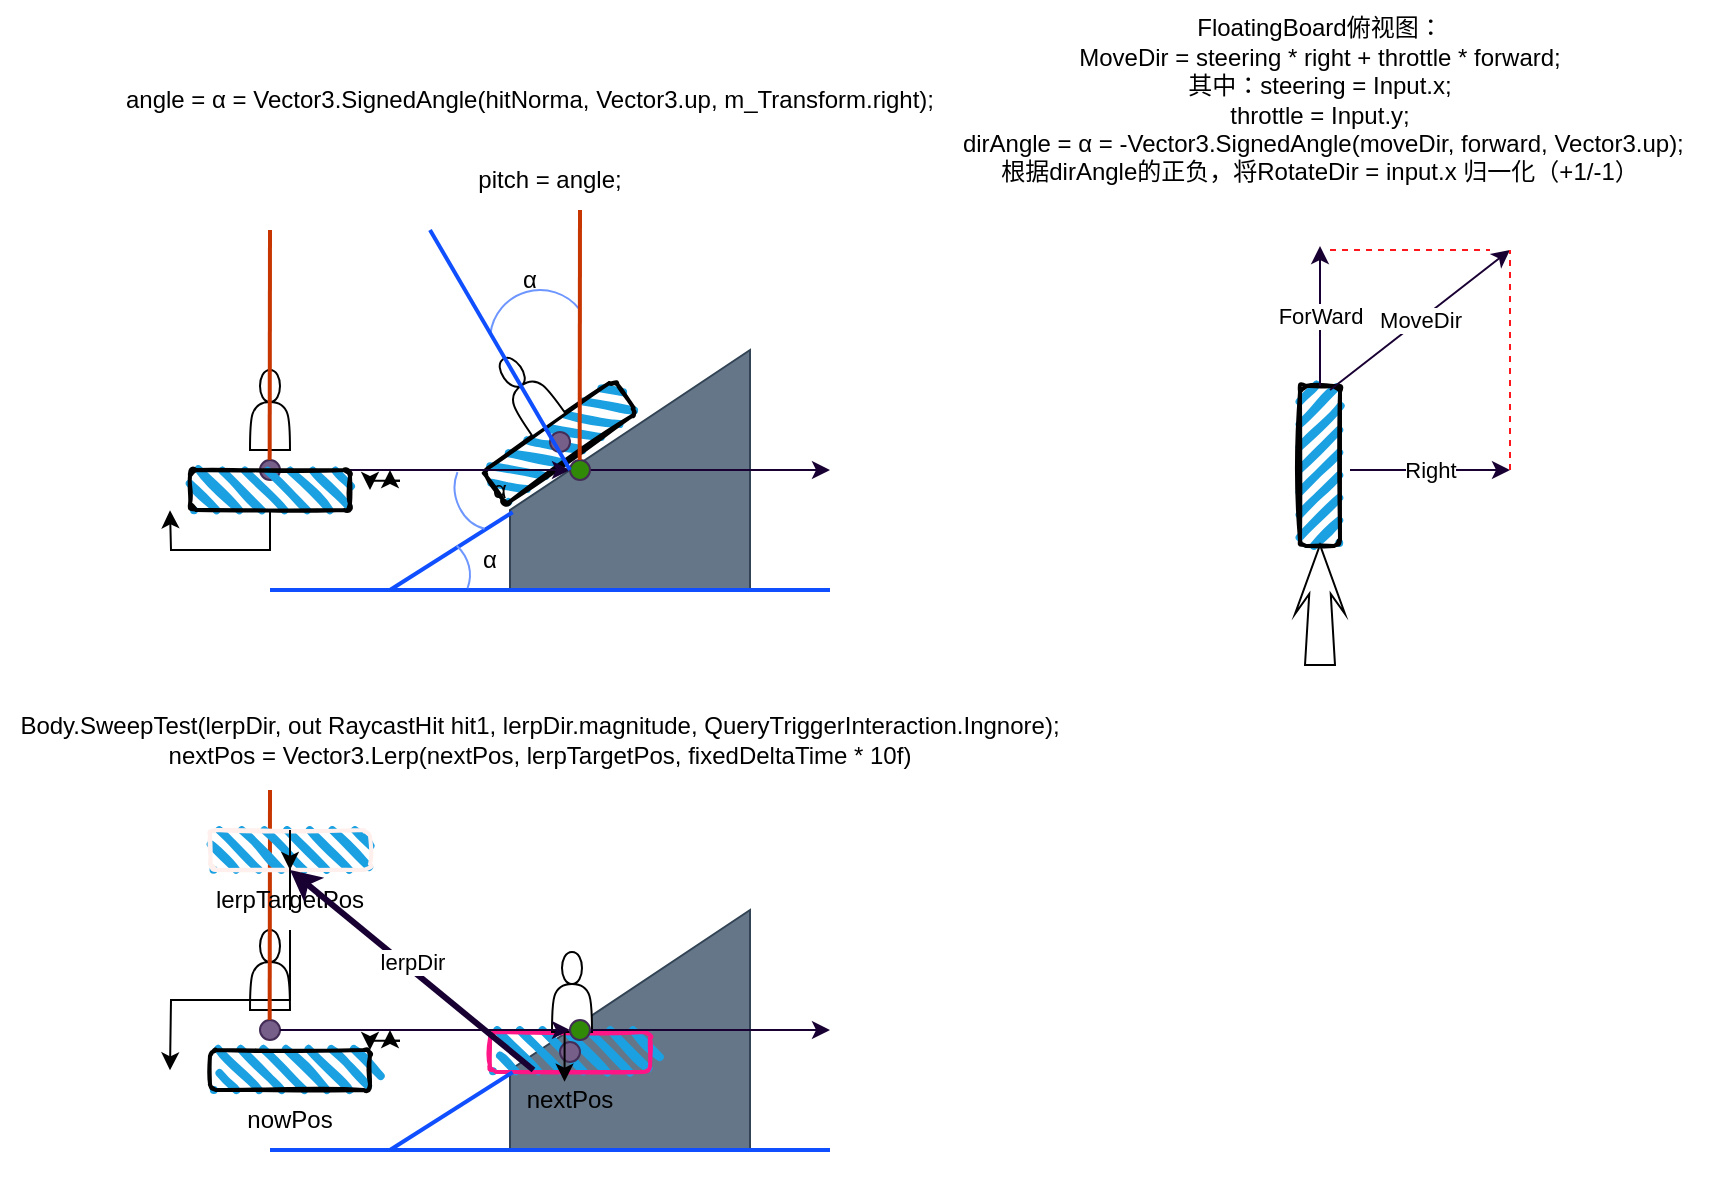
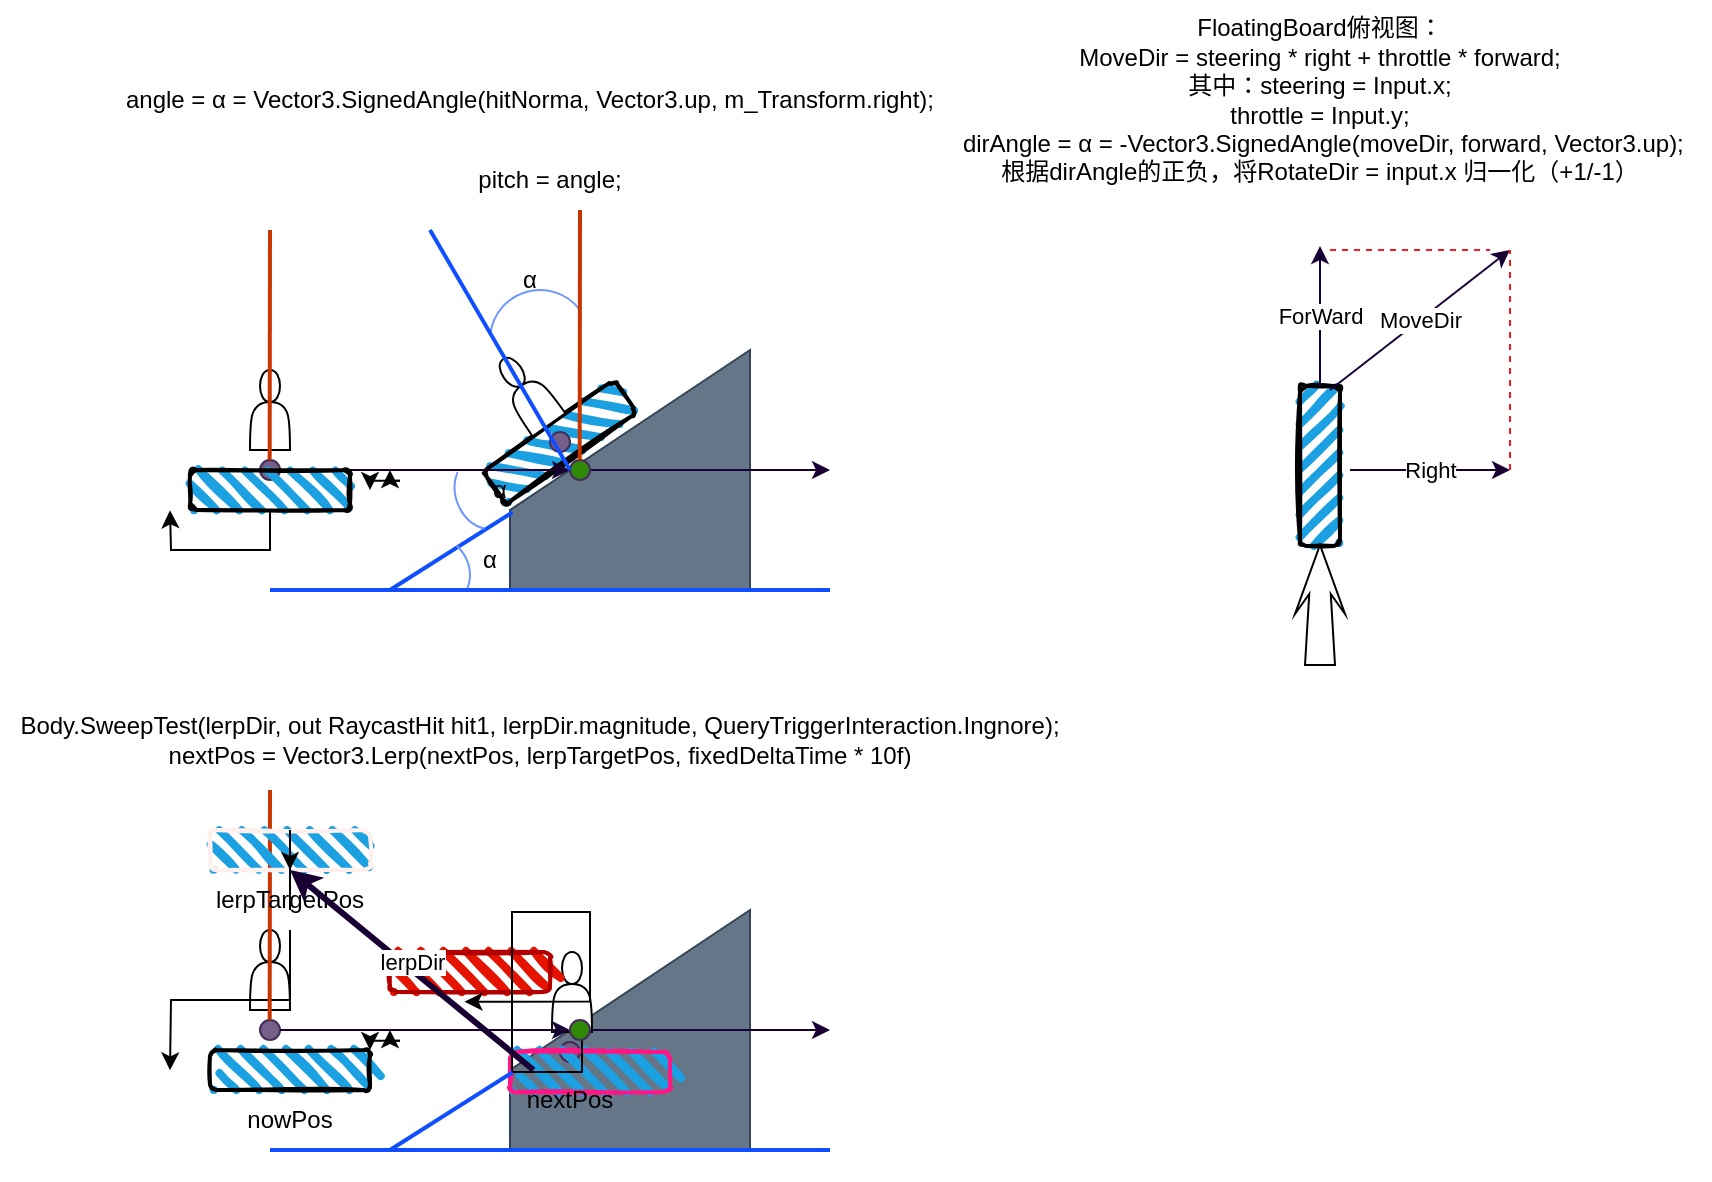
<mxfile host="app.diagrams.net">
  <diagram name="第 1 页" id="Z0DC_knzU1L9sbGcegjl">
-     <mxGraphModel dx="1441" dy="392" grid="1" gridSize="10" guides="1" tooltips="1" connect="1" arrows="1" fold="1" page="1" pageScale="1" pageWidth="827" pageHeight="1169" background="light-dark(#FFFFFF,#FFFFFF)" math="0" shadow="0">
+     <mxGraphModel dx="1557" dy="467" grid="1" gridSize="10" guides="1" tooltips="1" connect="1" arrows="1" fold="1" page="1" pageScale="1" pageWidth="827" pageHeight="1169" background="light-dark(#FFFFFF,#FFFFFF)" math="0" shadow="0">
      <root>
        <mxCell id="0" />
        <mxCell id="1" parent="0" />
        <mxCell id="fx_5rI_hlLQzRWBr8DUU-49" parent="1" style="text;html=1;whiteSpace=wrap;strokeColor=none;fillColor=none;align=center;verticalAlign=middle;rounded=0;autosize=1;resizable=0;fontColor=light-dark(#000000, #080808);" value="angle = α = Vector3.SignedAngle(hitNorma, Vector3.up, m_Transform.right);" vertex="1">
          <mxGeometry height="30" width="430" x="35" y="60" as="geometry" />
        </mxCell>
        <mxCell id="fx_5rI_hlLQzRWBr8DUU-50" parent="1" style="text;html=1;whiteSpace=wrap;strokeColor=none;fillColor=none;align=center;verticalAlign=middle;rounded=0;autosize=1;resizable=0;fontColor=light-dark(#000000, #080808);" value="FloatingBoard俯视图：&lt;br&gt;MoveDir = steering * right + throttle * forward;&lt;div&gt;其中：steering = Input.x;&lt;br&gt;throttle = Input.y;&lt;/div&gt;&lt;div&gt;&lt;span style=&quot;background-color: transparent; color: light-dark(rgb(0, 0, 0), rgb(8, 8, 8));&quot;&gt;&amp;nbsp;&lt;/span&gt;&lt;span style=&quot;background-color: transparent; color: light-dark(rgb(0, 0, 0), rgb(8, 8, 8));&quot;&gt;dirAngle =&amp;nbsp;&lt;/span&gt;α = -Vector3.SignedAngle(moveDir, forward, Vector3.up);&lt;br&gt;根据dirAngle的正负，将RotateDir = input.x 归一化（+1/-1）&lt;/div&gt;" vertex="1">
          <mxGeometry height="100" width="390" x="450" y="25" as="geometry" />
        </mxCell>
        <mxCell id="fx_5rI_hlLQzRWBr8DUU-58" connectable="0" parent="1" style="group;rotation=-90;" value="" vertex="1">
          <mxGeometry height="25" width="210" x="540" y="240" as="geometry" />
        </mxCell>
        <mxCell id="fx_5rI_hlLQzRWBr8DUU-4" parent="fx_5rI_hlLQzRWBr8DUU-58" style="rounded=1;whiteSpace=wrap;html=1;strokeWidth=2;fillWeight=4;hachureGap=8;hachureAngle=45;fillColor=#1ba1e2;sketch=1;rotation=-90;" value="" vertex="1">
          <mxGeometry height="20" width="80" x="65" y="8" as="geometry" />
        </mxCell>
        <mxCell id="fx_5rI_hlLQzRWBr8DUU-54" parent="fx_5rI_hlLQzRWBr8DUU-58" style="html=1;shadow=0;dashed=0;align=center;verticalAlign=middle;shape=mxgraph.arrows2.stylisedArrow;dy=0.57;dx=24.48;notch=0;feather=0.4;rotation=-90;" value="" vertex="1">
          <mxGeometry height="25" width="60" x="75" y="75" as="geometry" />
        </mxCell>
        <mxCell id="fx_5rI_hlLQzRWBr8DUU-56" edge="1" parent="fx_5rI_hlLQzRWBr8DUU-58" style="endArrow=classic;html=1;rounded=0;endFill=1;strokeWidth=1;strokeColor=light-dark(#190033,#000033);" value="ForWard">
          <mxGeometry height="50" relative="1" width="50" as="geometry">
            <mxPoint x="105" y="-22" as="sourcePoint" />
            <mxPoint x="105" y="-92" as="targetPoint" />
          </mxGeometry>
        </mxCell>
        <mxCell id="fx_5rI_hlLQzRWBr8DUU-60" parent="1" style="text;html=1;whiteSpace=wrap;strokeColor=none;fillColor=none;align=center;verticalAlign=middle;rounded=0;autosize=1;resizable=0;fontColor=light-dark(#000000, #080808);" value="pitch = angle;" vertex="1">
          <mxGeometry height="30" width="100" x="210" y="100" as="geometry" />
        </mxCell>
        <mxCell id="fx_5rI_hlLQzRWBr8DUU-61" edge="1" parent="1" style="endArrow=classic;html=1;rounded=0;endFill=1;strokeWidth=1;strokeColor=light-dark(#190033,#000033);" value="Right">
          <mxGeometry height="50" relative="1" width="50" as="geometry">
            <mxPoint x="660" y="260" as="sourcePoint" />
            <mxPoint x="740" y="260" as="targetPoint" />
          </mxGeometry>
        </mxCell>
        <mxCell id="fx_5rI_hlLQzRWBr8DUU-62" edge="1" parent="1" style="endArrow=classic;html=1;rounded=0;endFill=1;strokeWidth=1;strokeColor=light-dark(#190033,#000033);" value="MoveDir">
          <mxGeometry height="50" relative="1" width="50" as="geometry">
            <mxPoint x="650" y="220" as="sourcePoint" />
            <mxPoint x="740" y="150" as="targetPoint" />
          </mxGeometry>
        </mxCell>
        <mxCell id="fx_5rI_hlLQzRWBr8DUU-63" edge="1" parent="1" style="endArrow=none;dashed=1;html=1;rounded=0;strokeColor=#FF161D;fillColor=#76608a;" value="">
          <mxGeometry height="50" relative="1" width="50" as="geometry">
            <mxPoint x="650" y="150" as="sourcePoint" />
            <mxPoint x="730" y="150" as="targetPoint" />
          </mxGeometry>
        </mxCell>
        <mxCell id="fx_5rI_hlLQzRWBr8DUU-64" edge="1" parent="1" style="endArrow=none;dashed=1;html=1;rounded=0;strokeColor=#FF161D;fillColor=#76608a;" value="">
          <mxGeometry height="50" relative="1" width="50" as="geometry">
            <mxPoint x="740" y="260" as="sourcePoint" />
            <mxPoint x="740" y="150" as="targetPoint" />
          </mxGeometry>
        </mxCell>
        <mxCell id="fx_5rI_hlLQzRWBr8DUU-65" connectable="0" parent="1" style="group" value="" vertex="1">
          <mxGeometry height="205" width="320" x="80" y="130" as="geometry" />
        </mxCell>
        <mxCell id="fx_5rI_hlLQzRWBr8DUU-37" connectable="0" parent="fx_5rI_hlLQzRWBr8DUU-65" style="group;rotation=-35;" value="" vertex="1">
          <mxGeometry height="70" width="80" x="130" y="60" as="geometry" />
        </mxCell>
        <mxCell id="fx_5rI_hlLQzRWBr8DUU-38" parent="fx_5rI_hlLQzRWBr8DUU-37" style="rounded=1;whiteSpace=wrap;html=1;strokeWidth=2;fillWeight=4;hachureGap=8;hachureAngle=45;fillColor=#1ba1e2;sketch=1;rotation=-35;" value="" vertex="1">
          <mxGeometry height="20" width="80" x="15" y="46" as="geometry" />
        </mxCell>
        <mxCell id="fx_5rI_hlLQzRWBr8DUU-39" parent="fx_5rI_hlLQzRWBr8DUU-37" style="shape=actor;whiteSpace=wrap;html=1;rotation=-35;" value="" vertex="1">
          <mxGeometry height="40" width="20" x="28" y="11" as="geometry" />
        </mxCell>
        <mxCell id="fx_5rI_hlLQzRWBr8DUU-40" parent="fx_5rI_hlLQzRWBr8DUU-37" style="ellipse;whiteSpace=wrap;html=1;aspect=fixed;strokeColor=#432D57;fillColor=#76608a;fontColor=#ffffff;rotation=-35;" value="" vertex="1">
          <mxGeometry height="10" width="10" x="50" y="51" as="geometry" />
        </mxCell>
        <mxCell id="fx_5rI_hlLQzRWBr8DUU-41" parent="fx_5rI_hlLQzRWBr8DUU-37" style="shape=mxgraph.basic.arc;html=1;startAngle=0.7682831795977167;endAngle=0.14289333360926398;endArrow=classic;endFill=1;fontColor=light-dark(default, #bb2a2a);strokeColor=#6E96FF;rotation=0;" value="" vertex="1">
          <mxGeometry height="50" width="50" x="20" y="-20" as="geometry" />
        </mxCell>
        <mxCell id="fx_5rI_hlLQzRWBr8DUU-6" parent="fx_5rI_hlLQzRWBr8DUU-65" style="shape=manualInput;boundedLbl=1;whiteSpace=wrap;html=1;size=80;fillColor=#647687;fontColor=#ffffff;strokeColor=#314354;" value="" vertex="1">
          <mxGeometry height="120" width="120" x="160" y="70" as="geometry" />
        </mxCell>
        <mxCell id="fx_5rI_hlLQzRWBr8DUU-7" connectable="0" parent="fx_5rI_hlLQzRWBr8DUU-65" style="group" value="" vertex="1">
          <mxGeometry height="70" width="80" y="70" as="geometry" />
        </mxCell>
        <mxCell id="fx_5rI_hlLQzRWBr8DUU-5" parent="fx_5rI_hlLQzRWBr8DUU-7" style="shape=actor;whiteSpace=wrap;html=1;" value="" vertex="1">
          <mxGeometry height="40" width="20" x="30" y="10" as="geometry" />
        </mxCell>
        <mxCell id="fx_5rI_hlLQzRWBr8DUU-15" parent="fx_5rI_hlLQzRWBr8DUU-7" style="ellipse;whiteSpace=wrap;html=1;aspect=fixed;strokeColor=#432D57;fillColor=#76608a;fontColor=#ffffff;" value="" vertex="1">
          <mxGeometry height="10" width="10" x="35" y="55" as="geometry" />
        </mxCell>
        <mxCell id="fx_5rI_hlLQzRWBr8DUU-52" edge="1" parent="fx_5rI_hlLQzRWBr8DUU-7" source="fx_5rI_hlLQzRWBr8DUU-51" style="edgeStyle=orthogonalEdgeStyle;rounded=0;orthogonalLoop=1;jettySize=auto;html=1;exitX=0.5;exitY=1;exitDx=0;exitDy=0;">
          <mxGeometry relative="1" as="geometry">
            <mxPoint x="-10" y="80.14285714285711" as="targetPoint" />
          </mxGeometry>
        </mxCell>
        <mxCell id="fx_5rI_hlLQzRWBr8DUU-14" edge="1" parent="fx_5rI_hlLQzRWBr8DUU-65" source="fx_5rI_hlLQzRWBr8DUU-18" style="endArrow=classic;html=1;rounded=0;endFill=1;strokeWidth=1;strokeColor=light-dark(#190033,#000033);exitX=1;exitY=0.5;exitDx=0;exitDy=0;" value="">
          <mxGeometry height="50" relative="1" width="50" as="geometry">
            <mxPoint x="120" y="129.86" as="sourcePoint" />
            <mxPoint x="320" y="130" as="targetPoint" />
          </mxGeometry>
        </mxCell>
        <mxCell id="fx_5rI_hlLQzRWBr8DUU-18" parent="fx_5rI_hlLQzRWBr8DUU-65" style="ellipse;whiteSpace=wrap;html=1;aspect=fixed;strokeColor=#432D57;fillColor=#318A07;fontColor=#ffffff;" value="" vertex="1">
          <mxGeometry height="10" width="10" x="190" y="125" as="geometry" />
        </mxCell>
        <mxCell id="fx_5rI_hlLQzRWBr8DUU-19" edge="1" parent="fx_5rI_hlLQzRWBr8DUU-65" source="fx_5rI_hlLQzRWBr8DUU-15" style="endArrow=classic;html=1;rounded=0;endFill=1;strokeWidth=1;strokeColor=light-dark(#190033,#000033);exitX=1;exitY=0.5;exitDx=0;exitDy=0;" target="fx_5rI_hlLQzRWBr8DUU-18" value="">
          <mxGeometry height="50" relative="1" width="50" as="geometry">
            <mxPoint x="45" y="130" as="sourcePoint" />
            <mxPoint x="320" y="130" as="targetPoint" />
          </mxGeometry>
        </mxCell>
        <mxCell id="fx_5rI_hlLQzRWBr8DUU-21" edge="1" parent="fx_5rI_hlLQzRWBr8DUU-65" style="endArrow=none;html=1;rounded=0;fillColor=#FFE5FC;strokeWidth=2;strokeColor=#104FFF;" value="">
          <mxGeometry height="50" relative="1" width="50" as="geometry">
            <mxPoint x="190" y="130" as="sourcePoint" />
            <mxPoint x="120" y="10" as="targetPoint" />
          </mxGeometry>
        </mxCell>
        <mxCell id="fx_5rI_hlLQzRWBr8DUU-24" edge="1" parent="fx_5rI_hlLQzRWBr8DUU-65" source="fx_5rI_hlLQzRWBr8DUU-6" style="endArrow=none;html=1;rounded=0;fillColor=#FFE5FC;strokeWidth=2;strokeColor=#104FFF;exitX=0.011;exitY=0.676;exitDx=0;exitDy=0;exitPerimeter=0;" value="">
          <mxGeometry height="50" relative="1" width="50" as="geometry">
            <mxPoint x="130" y="200" as="sourcePoint" />
            <mxPoint x="100" y="190" as="targetPoint" />
          </mxGeometry>
        </mxCell>
        <mxCell id="fx_5rI_hlLQzRWBr8DUU-25" edge="1" parent="fx_5rI_hlLQzRWBr8DUU-65" style="endArrow=none;html=1;rounded=0;fillColor=#fa6800;strokeWidth=2;strokeColor=#C73500;" value="">
          <mxGeometry height="50" relative="1" width="50" as="geometry">
            <mxPoint x="39.83000000000001" y="125" as="sourcePoint" />
            <mxPoint x="40" y="10" as="targetPoint" />
          </mxGeometry>
        </mxCell>
        <mxCell id="fx_5rI_hlLQzRWBr8DUU-26" edge="1" parent="fx_5rI_hlLQzRWBr8DUU-65" style="endArrow=none;html=1;rounded=0;fillColor=#fa6800;strokeWidth=2;strokeColor=#C73500;" value="">
          <mxGeometry height="50" relative="1" width="50" as="geometry">
            <mxPoint x="194.83000000000004" y="125" as="sourcePoint" />
            <mxPoint x="195" as="targetPoint" />
          </mxGeometry>
        </mxCell>
        <mxCell id="fx_5rI_hlLQzRWBr8DUU-28" edge="1" parent="fx_5rI_hlLQzRWBr8DUU-65" style="endArrow=none;html=1;rounded=0;fillColor=#FFE5FC;strokeWidth=2;strokeColor=light-dark(#104FFF, #000000);" value="">
          <mxGeometry height="50" relative="1" width="50" as="geometry">
            <mxPoint x="320" y="190" as="sourcePoint" />
            <mxPoint x="40" y="190" as="targetPoint" />
          </mxGeometry>
        </mxCell>
        <mxCell id="fx_5rI_hlLQzRWBr8DUU-31" parent="fx_5rI_hlLQzRWBr8DUU-65" style="text;html=1;whiteSpace=wrap;strokeColor=none;fillColor=none;align=center;verticalAlign=middle;rounded=0;autosize=1;resizable=0;fontColor=light-dark(#000000, #080808);" value="α" vertex="1">
          <mxGeometry height="30" width="30" x="135" y="160" as="geometry" />
        </mxCell>
        <mxCell id="fx_5rI_hlLQzRWBr8DUU-33" parent="fx_5rI_hlLQzRWBr8DUU-65" style="text;html=1;whiteSpace=wrap;strokeColor=none;fillColor=none;align=center;verticalAlign=middle;rounded=0;autosize=1;resizable=0;fontColor=light-dark(#000000, #080808);" value="α" vertex="1">
          <mxGeometry height="30" width="30" x="140" y="125" as="geometry" />
        </mxCell>
        <mxCell id="fx_5rI_hlLQzRWBr8DUU-35" parent="fx_5rI_hlLQzRWBr8DUU-65" style="text;html=1;whiteSpace=wrap;strokeColor=none;fillColor=none;align=center;verticalAlign=middle;rounded=0;autosize=1;resizable=0;fontColor=light-dark(#000000, #080808);" value="α" vertex="1">
          <mxGeometry height="30" width="30" x="155" y="20" as="geometry" />
        </mxCell>
        <mxCell id="fx_5rI_hlLQzRWBr8DUU-43" edge="1" parent="fx_5rI_hlLQzRWBr8DUU-65" style="edgeStyle=orthogonalEdgeStyle;rounded=0;orthogonalLoop=1;jettySize=auto;html=1;">
          <mxGeometry relative="1" as="geometry">
            <mxPoint x="105" y="135.35533905932732" as="sourcePoint" />
            <mxPoint x="100" y="130" as="targetPoint" />
          </mxGeometry>
        </mxCell>
        <mxCell id="fx_5rI_hlLQzRWBr8DUU-44" edge="1" parent="fx_5rI_hlLQzRWBr8DUU-65" style="edgeStyle=orthogonalEdgeStyle;rounded=0;orthogonalLoop=1;jettySize=auto;html=1;">
          <mxGeometry relative="1" as="geometry">
            <mxPoint x="105" y="135.35533905932732" as="sourcePoint" />
            <mxPoint x="90" y="140" as="targetPoint" />
          </mxGeometry>
        </mxCell>
        <mxCell id="fx_5rI_hlLQzRWBr8DUU-45" parent="fx_5rI_hlLQzRWBr8DUU-65" style="shape=mxgraph.basic.arc;html=1;startAngle=0.822107692393224;endAngle=0.11112848892826835;endArrow=classic;endFill=1;fontColor=light-dark(default, #bb2a2a);strokeColor=#6E96FF;rotation=-105;" value="" vertex="1">
          <mxGeometry height="35" width="40" x="130" y="122.49999999999997" as="geometry" />
        </mxCell>
        <mxCell id="fx_5rI_hlLQzRWBr8DUU-47" parent="fx_5rI_hlLQzRWBr8DUU-65" style="shape=mxgraph.basic.arc;html=1;startAngle=0.20235438405496714;endAngle=0.3627813740139013;endArrow=classic;endFill=1;fontColor=light-dark(default, #bb2a2a);strokeColor=#6E96FF;rotation=-180;flipH=1;legacyAnchorPoints=0;" value="" vertex="1">
          <mxGeometry height="45" width="55" x="85" y="160" as="geometry" />
        </mxCell>
        <mxCell id="fx_5rI_hlLQzRWBr8DUU-51" parent="fx_5rI_hlLQzRWBr8DUU-65" style="rounded=1;whiteSpace=wrap;html=1;strokeWidth=2;fillWeight=4;hachureGap=8;hachureAngle=45;fillColor=#1ba1e2;sketch=1;" value="" vertex="1">
          <mxGeometry height="20" width="80" y="130" as="geometry" />
        </mxCell>
        <mxCell id="fx_5rI_hlLQzRWBr8DUU-66" connectable="0" parent="1" style="group" value="" vertex="1">
          <mxGeometry height="205" width="355" x="80" y="410" as="geometry" />
        </mxCell>
        <mxCell id="fx_5rI_hlLQzRWBr8DUU-72" parent="fx_5rI_hlLQzRWBr8DUU-66" style="shape=manualInput;boundedLbl=1;whiteSpace=wrap;html=1;size=80;fillColor=#647687;fontColor=#ffffff;strokeColor=#314354;" value="" vertex="1">
          <mxGeometry height="120" width="120" x="160" y="70" as="geometry" />
        </mxCell>
        <mxCell id="fx_5rI_hlLQzRWBr8DUU-67" connectable="0" parent="fx_5rI_hlLQzRWBr8DUU-66" style="group;rotation=0;" value="" vertex="1">
          <mxGeometry height="70" width="80" x="150" y="80" as="geometry" />
        </mxCell>
-         <mxCell id="fx_5rI_hlLQzRWBr8DUU-68" parent="fx_5rI_hlLQzRWBr8DUU-67" style="rounded=1;whiteSpace=wrap;html=1;strokeWidth=2;fillWeight=4;hachureGap=8;hachureAngle=45;fillColor=#1ba1e2;sketch=1;rotation=0;strokeColor=#FF1686;" value="" vertex="1">
-           <mxGeometry height="20" width="80" y="51" as="geometry" />
-         </mxCell>
        <mxCell id="fx_5rI_hlLQzRWBr8DUU-69" parent="fx_5rI_hlLQzRWBr8DUU-67" style="shape=actor;whiteSpace=wrap;html=1;rotation=0;" value="" vertex="1">
          <mxGeometry height="40" width="20" x="31" y="11" as="geometry" />
        </mxCell>
        <mxCell id="fx_5rI_hlLQzRWBr8DUU-70" parent="fx_5rI_hlLQzRWBr8DUU-67" style="ellipse;whiteSpace=wrap;html=1;aspect=fixed;strokeColor=#432D57;fillColor=#76608a;fontColor=#ffffff;rotation=0;" value="" vertex="1">
          <mxGeometry height="10" width="10" x="35" y="56" as="geometry" />
+         </mxCell>
+         <mxCell id="fx_5rI_hlLQzRWBr8DUU-103" parent="fx_5rI_hlLQzRWBr8DUU-67" style="rounded=1;whiteSpace=wrap;html=1;strokeWidth=2;fillWeight=4;hachureGap=8;hachureAngle=45;fillColor=#1ba1e2;sketch=1;rotation=0;strokeColor=#FF1686;" value="" vertex="1">
+           <mxGeometry height="20" width="80" x="10" y="61" as="geometry" />
+         </mxCell>
+         <mxCell id="fx_5rI_hlLQzRWBr8DUU-68" parent="fx_5rI_hlLQzRWBr8DUU-67" style="rounded=1;whiteSpace=wrap;html=1;strokeWidth=2;fillWeight=4;hachureGap=8;hachureAngle=45;fillColor=#e51400;sketch=1;rotation=0;strokeColor=#B20000;fontColor=#ffffff;" value="" vertex="1">
+           <mxGeometry height="20" width="80" x="-50" y="11" as="geometry" />
        </mxCell>
        <mxCell id="fx_5rI_hlLQzRWBr8DUU-93" edge="1" parent="fx_5rI_hlLQzRWBr8DUU-67" source="fx_5rI_hlLQzRWBr8DUU-69" style="edgeStyle=orthogonalEdgeStyle;rounded=0;orthogonalLoop=1;jettySize=auto;html=1;exitX=0.75;exitY=1;exitDx=0;exitDy=0;entryX=0.466;entryY=1.242;entryDx=0;entryDy=0;entryPerimeter=0;" target="fx_5rI_hlLQzRWBr8DUU-68">
          <mxGeometry relative="1" as="geometry" />
        </mxCell>
        <mxCell id="fx_5rI_hlLQzRWBr8DUU-73" connectable="0" parent="fx_5rI_hlLQzRWBr8DUU-66" style="group" value="" vertex="1">
          <mxGeometry height="70" width="85" y="70" as="geometry" />
        </mxCell>
        <mxCell id="fx_5rI_hlLQzRWBr8DUU-74" parent="fx_5rI_hlLQzRWBr8DUU-73" style="shape=actor;whiteSpace=wrap;html=1;" value="" vertex="1">
          <mxGeometry height="40" width="20" x="30" y="10" as="geometry" />
        </mxCell>
        <mxCell id="fx_5rI_hlLQzRWBr8DUU-75" parent="fx_5rI_hlLQzRWBr8DUU-73" style="ellipse;whiteSpace=wrap;html=1;aspect=fixed;strokeColor=#432D57;fillColor=#76608a;fontColor=#ffffff;" value="" vertex="1">
          <mxGeometry height="10" width="10" x="35" y="55" as="geometry" />
        </mxCell>
        <mxCell id="fx_5rI_hlLQzRWBr8DUU-76" edge="1" parent="fx_5rI_hlLQzRWBr8DUU-73" source="fx_5rI_hlLQzRWBr8DUU-97" style="edgeStyle=orthogonalEdgeStyle;rounded=0;orthogonalLoop=1;jettySize=auto;html=1;exitX=0.5;exitY=1;exitDx=0;exitDy=0;">
          <mxGeometry relative="1" as="geometry">
            <mxPoint x="-10" y="80.14285714285711" as="targetPoint" />
          </mxGeometry>
        </mxCell>
        <mxCell id="fx_5rI_hlLQzRWBr8DUU-77" edge="1" parent="fx_5rI_hlLQzRWBr8DUU-66" source="fx_5rI_hlLQzRWBr8DUU-78" style="endArrow=classic;html=1;rounded=0;endFill=1;strokeWidth=1;strokeColor=light-dark(#190033,#000033);exitX=1;exitY=0.5;exitDx=0;exitDy=0;" value="">
          <mxGeometry height="50" relative="1" width="50" as="geometry">
            <mxPoint x="120" y="129.86" as="sourcePoint" />
            <mxPoint x="320" y="130" as="targetPoint" />
          </mxGeometry>
        </mxCell>
        <mxCell id="fx_5rI_hlLQzRWBr8DUU-78" parent="fx_5rI_hlLQzRWBr8DUU-66" style="ellipse;whiteSpace=wrap;html=1;aspect=fixed;strokeColor=#432D57;fillColor=#318A07;fontColor=#ffffff;" value="" vertex="1">
          <mxGeometry height="10" width="10" x="190" y="125" as="geometry" />
        </mxCell>
        <mxCell id="fx_5rI_hlLQzRWBr8DUU-79" edge="1" parent="fx_5rI_hlLQzRWBr8DUU-66" source="fx_5rI_hlLQzRWBr8DUU-75" style="endArrow=classic;html=1;rounded=0;endFill=1;strokeWidth=1;strokeColor=light-dark(#190033,#000033);exitX=1;exitY=0.5;exitDx=0;exitDy=0;" target="fx_5rI_hlLQzRWBr8DUU-78" value="">
          <mxGeometry height="50" relative="1" width="50" as="geometry">
            <mxPoint x="45" y="130" as="sourcePoint" />
            <mxPoint x="320" y="130" as="targetPoint" />
          </mxGeometry>
        </mxCell>
        <mxCell id="fx_5rI_hlLQzRWBr8DUU-81" edge="1" parent="fx_5rI_hlLQzRWBr8DUU-66" source="fx_5rI_hlLQzRWBr8DUU-72" style="endArrow=none;html=1;rounded=0;fillColor=#FFE5FC;strokeWidth=2;strokeColor=#104FFF;exitX=0.011;exitY=0.676;exitDx=0;exitDy=0;exitPerimeter=0;" value="">
          <mxGeometry height="50" relative="1" width="50" as="geometry">
            <mxPoint x="130" y="200" as="sourcePoint" />
            <mxPoint x="100" y="190" as="targetPoint" />
          </mxGeometry>
        </mxCell>
        <mxCell id="fx_5rI_hlLQzRWBr8DUU-82" edge="1" parent="fx_5rI_hlLQzRWBr8DUU-66" style="endArrow=none;html=1;rounded=0;fillColor=#fa6800;strokeWidth=2;strokeColor=#C73500;" value="">
          <mxGeometry height="50" relative="1" width="50" as="geometry">
            <mxPoint x="39.83000000000001" y="125" as="sourcePoint" />
            <mxPoint x="40" y="10" as="targetPoint" />
          </mxGeometry>
        </mxCell>
        <mxCell id="fx_5rI_hlLQzRWBr8DUU-84" edge="1" parent="fx_5rI_hlLQzRWBr8DUU-66" style="endArrow=none;html=1;rounded=0;fillColor=#FFE5FC;strokeWidth=2;strokeColor=light-dark(#104FFF, #000000);" value="">
          <mxGeometry height="50" relative="1" width="50" as="geometry">
            <mxPoint x="320" y="190" as="sourcePoint" />
            <mxPoint x="40" y="190" as="targetPoint" />
          </mxGeometry>
        </mxCell>
        <mxCell id="fx_5rI_hlLQzRWBr8DUU-88" edge="1" parent="fx_5rI_hlLQzRWBr8DUU-66" style="edgeStyle=orthogonalEdgeStyle;rounded=0;orthogonalLoop=1;jettySize=auto;html=1;">
          <mxGeometry relative="1" as="geometry">
            <mxPoint x="105" y="135.35533905932732" as="sourcePoint" />
            <mxPoint x="100" y="130" as="targetPoint" />
          </mxGeometry>
        </mxCell>
        <mxCell id="fx_5rI_hlLQzRWBr8DUU-89" edge="1" parent="fx_5rI_hlLQzRWBr8DUU-66" style="edgeStyle=orthogonalEdgeStyle;rounded=0;orthogonalLoop=1;jettySize=auto;html=1;">
          <mxGeometry relative="1" as="geometry">
            <mxPoint x="105" y="135.35533905932732" as="sourcePoint" />
            <mxPoint x="90" y="140" as="targetPoint" />
          </mxGeometry>
        </mxCell>
        <mxCell id="fx_5rI_hlLQzRWBr8DUU-92" parent="fx_5rI_hlLQzRWBr8DUU-66" style="rounded=1;whiteSpace=wrap;html=1;strokeWidth=2;fillWeight=4;hachureGap=8;hachureAngle=45;fillColor=#1ba1e2;sketch=1;strokeColor=#FFF0ED;" value="" vertex="1">
          <mxGeometry height="20" width="80" x="10" y="30" as="geometry" />
        </mxCell>
        <mxCell id="fx_5rI_hlLQzRWBr8DUU-94" parent="fx_5rI_hlLQzRWBr8DUU-66" style="text;html=1;whiteSpace=wrap;strokeColor=none;fillColor=none;align=center;verticalAlign=middle;rounded=0;autosize=1;resizable=0;fontColor=light-dark(#000000, #080808);" value="nextPos" vertex="1">
          <mxGeometry height="30" width="70" x="155" y="150" as="geometry" />
        </mxCell>
        <mxCell id="fx_5rI_hlLQzRWBr8DUU-95" parent="fx_5rI_hlLQzRWBr8DUU-66" style="text;html=1;whiteSpace=wrap;strokeColor=none;fillColor=none;align=center;verticalAlign=middle;rounded=0;autosize=1;resizable=0;fontColor=light-dark(#000000, #080808);" value="nowPos" vertex="1">
          <mxGeometry height="30" width="70" x="15" y="160" as="geometry" />
        </mxCell>
        <mxCell id="fx_5rI_hlLQzRWBr8DUU-96" parent="fx_5rI_hlLQzRWBr8DUU-66" style="rounded=1;whiteSpace=wrap;html=1;strokeWidth=2;fillWeight=4;hachureGap=8;hachureAngle=45;fillColor=#1ba1e2;sketch=1;" value="" vertex="1">
          <mxGeometry height="20" width="80" x="10" y="140" as="geometry" />
        </mxCell>
        <mxCell id="fx_5rI_hlLQzRWBr8DUU-98" edge="1" parent="fx_5rI_hlLQzRWBr8DUU-66" source="fx_5rI_hlLQzRWBr8DUU-92" style="edgeStyle=orthogonalEdgeStyle;rounded=0;orthogonalLoop=1;jettySize=auto;html=1;exitX=0.5;exitY=1;exitDx=0;exitDy=0;" target="fx_5rI_hlLQzRWBr8DUU-97" value="">
          <mxGeometry relative="1" as="geometry">
            <mxPoint x="130" y="550" as="sourcePoint" />
            <mxPoint x="70" y="630.1428571428571" as="targetPoint" />
          </mxGeometry>
        </mxCell>
        <mxCell id="fx_5rI_hlLQzRWBr8DUU-97" parent="fx_5rI_hlLQzRWBr8DUU-66" style="text;html=1;whiteSpace=wrap;strokeColor=none;fillColor=none;align=center;verticalAlign=middle;rounded=0;autosize=1;resizable=0;fontColor=light-dark(#000000, #080808);" value="lerpTargetPos" vertex="1">
          <mxGeometry height="30" width="100" y="50" as="geometry" />
        </mxCell>
        <mxCell id="fx_5rI_hlLQzRWBr8DUU-100" edge="1" parent="fx_5rI_hlLQzRWBr8DUU-66" source="fx_5rI_hlLQzRWBr8DUU-94" style="endArrow=classic;html=1;rounded=0;endFill=1;strokeWidth=3;strokeColor=light-dark(#190033,#000033);entryX=0.5;entryY=0;entryDx=0;entryDy=0;" target="fx_5rI_hlLQzRWBr8DUU-97" value="">
          <mxGeometry height="50" relative="1" width="50" as="geometry">
            <mxPoint x="110" y="39.8" as="sourcePoint" />
            <mxPoint x="230" y="39.8" as="targetPoint" />
          </mxGeometry>
        </mxCell>
        <mxCell id="fx_5rI_hlLQzRWBr8DUU-101" connectable="0" parent="fx_5rI_hlLQzRWBr8DUU-100" style="edgeLabel;html=1;align=center;verticalAlign=middle;resizable=0;points=[];" value="lerpDir" vertex="1">
          <mxGeometry relative="1" x="0.0382" y="-3" as="geometry">
            <mxPoint as="offset" />
          </mxGeometry>
        </mxCell>
        <mxCell id="fx_5rI_hlLQzRWBr8DUU-102" parent="1" style="text;html=1;whiteSpace=wrap;strokeColor=none;fillColor=none;align=center;verticalAlign=middle;rounded=0;autosize=1;resizable=0;fontColor=light-dark(#000000, #080808);" value="&lt;div&gt;Body.SweepTest(lerpDir, out RaycastHit hit1, lerpDir.magnitude, QueryTriggerInteraction.Ingnore);&lt;/div&gt;nextPos = Vector3.Lerp(nextPos, lerpTargetPos, fixedDeltaTime * 10f)" vertex="1">
          <mxGeometry height="40" width="540" x="-15" y="375" as="geometry" />
        </mxCell>
      </root>
    </mxGraphModel>
  </diagram>
</mxfile>
